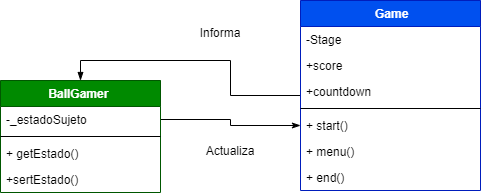
eddacamila/Juego_PatronesDiseno keeps this draw.io diagram as imagenes/DiagramaClasesJuegoPython-Mediador.png. Above is the earlier version. Source tidied: cells renumbered, new cells last; positions are measured from the earlier drawing's top-left corner, leaving out a move shared by most shapes.
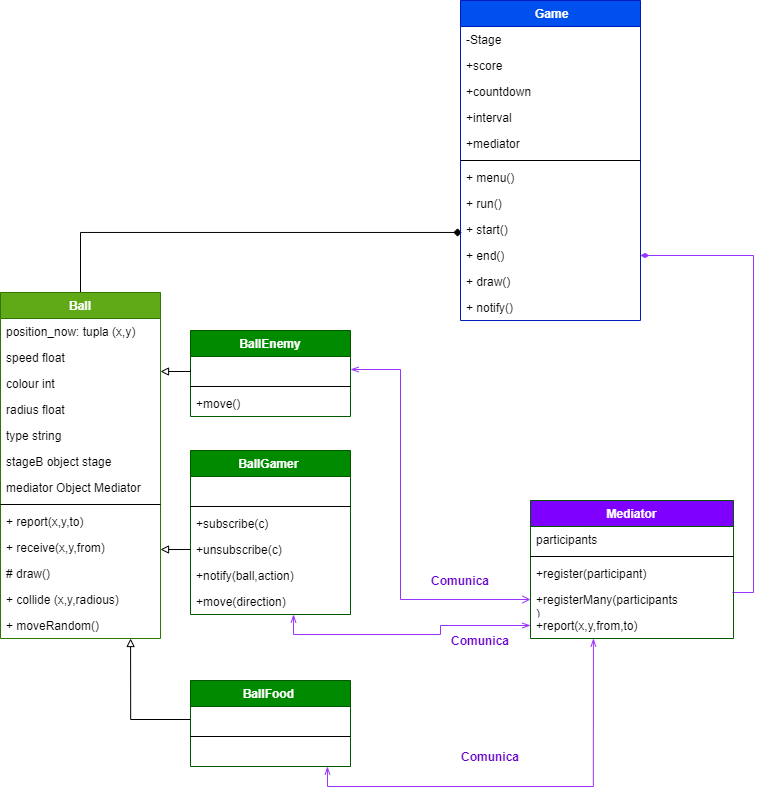
The same diagram one commit later.

Commit message:
actualizando graficos de clases

Change to the diagram source:
```diff
@@ -2,35 +2,162 @@
   <root>
     <mxCell id="0" />
     <mxCell id="1" parent="0" />
-    <mxCell id="2" style="edgeStyle=orthogonalEdgeStyle;rounded=0;jettySize=auto;html=1;entryX=0.5;entryY=0;entryDx=0;entryDy=0;startArrow=none;startFill=0;endArrow=blockThin;endFill=1;" parent="1" edge="1" source="11" target="6">
-      <mxGeometry relative="1" as="geometry" />
-    </mxCell>
-    <mxCell id="3" style="edgeStyle=orthogonalEdgeStyle;rounded=0;jettySize=auto;html=1;entryX=1;entryY=0.5;entryDx=0;entryDy=0;startArrow=classicThin;startFill=1;endArrow=none;endFill=0;" parent="1" edge="1" source="16" target="7">
-      <mxGeometry relative="1" as="geometry" />
-    </mxCell>
-    <mxCell id="4" value="Informa" style="text;html=1;strokeColor=none;fillColor=none;align=center;verticalAlign=middle;whiteSpace=wrap;rounded=0;" parent="1" vertex="1">
-      <mxGeometry x="200" y="22" width="40" height="20" as="geometry" />
-    </mxCell>
-    <mxCell id="5" value="Actualiza" style="text;html=1;strokeColor=none;fillColor=none;align=center;verticalAlign=middle;whiteSpace=wrap;rounded=0;" parent="1" vertex="1">
-      <mxGeometry x="210" y="140" width="40" height="20" as="geometry" />
-    </mxCell>
+    <mxCell id="19" style="edgeStyle=orthogonalEdgeStyle;rounded=0;jettySize=auto;html=1;exitX=1;exitY=0.5;exitDx=0;exitDy=0;entryX=0.995;entryY=0.231;entryDx=0;entryDy=0;entryPerimeter=0;startArrow=diamondThin;startFill=1;endArrow=none;endFill=0;strokeColor=#9933FF;" parent="1" edge="1" source="18" target="24">
+      <mxGeometry relative="1" as="geometry" />
+    </mxCell>
+    <mxCell id="20" value="Mediator" style="swimlane;fontStyle=1;align=center;verticalAlign=top;horizontal=1;startSize=26;strokeColor=#005700;fontColor=#ffffff;fillColor=#7F00FF;" parent="1" vertex="1">
+      <mxGeometry x="480" y="250" width="203" height="138" as="geometry" />
+    </mxCell>
+    <mxCell id="21" value="participants" style="text;strokeColor=none;fillColor=none;align=left;verticalAlign=top;spacingLeft=4;spacingRight=4;overflow=hidden;" parent="20" vertex="1">
+      <mxGeometry y="26" width="203" height="26" as="geometry" />
+    </mxCell>
+    <mxCell id="22" style="line;strokeWidth=1;fillColor=none;align=left;verticalAlign=middle;spacingTop=-1;spacingLeft=3;spacingRight=3;labelPosition=right;" parent="20" vertex="1">
+      <mxGeometry y="52" width="203" height="8" as="geometry" />
+    </mxCell>
+    <mxCell id="23" value="+register(participant)" style="text;strokeColor=none;fillColor=none;align=left;verticalAlign=top;spacingLeft=4;spacingRight=4;overflow=hidden;" parent="20" vertex="1">
+      <mxGeometry y="60" width="203" height="26" as="geometry" />
+    </mxCell>
+    <mxCell id="24" value="+registerMany(participants&#10;)" style="text;strokeColor=none;fillColor=none;align=left;verticalAlign=top;spacingLeft=4;spacingRight=4;overflow=hidden;points=[[0,0.5],[1,0.5]];portConstraint=eastwest;" parent="20" vertex="1">
+      <mxGeometry y="86" width="203" height="26" as="geometry" />
+    </mxCell>
+    <mxCell id="25" value="+report(x,y,from,to)" style="text;strokeColor=none;fillColor=none;align=left;verticalAlign=top;spacingLeft=4;spacingRight=4;overflow=hidden;points=[[0,0.5],[1,0.5]];portConstraint=eastwest;" parent="20" vertex="1">
+      <mxGeometry y="112" width="203" height="26" as="geometry" />
+    </mxCell>
+    <mxCell id="26" style="edgeStyle=orthogonalEdgeStyle;rounded=0;jettySize=auto;html=1;entryX=0.856;entryY=1;entryDx=0;entryDy=0;entryPerimeter=0;startArrow=openThin;startFill=0;endArrow=openThin;endFill=0;strokeColor=#9933FF;exitX=0.31;exitY=1;exitDx=0;exitDy=0;exitPerimeter=0;" parent="1" edge="1" source="25" target="58">
+      <mxGeometry relative="1" as="geometry" />
+    </mxCell>
+    <mxCell id="27" style="edgeStyle=orthogonalEdgeStyle;rounded=0;jettySize=auto;html=1;startArrow=open;startFill=0;endArrow=openThin;endFill=0;strokeColor=#9933FF;entryX=1;entryY=0.5;entryDx=0;entryDy=0;exitX=0;exitY=0.5;exitDx=0;exitDy=0;" parent="1" edge="1" source="24" target="30">
+      <mxGeometry relative="1" as="geometry">
+        <Array as="points">
+          <mxPoint x="350" y="349" />
+          <mxPoint x="350" y="119" />
+        </Array>
+      </mxGeometry>
+    </mxCell>
+    <mxCell id="28" style="edgeStyle=orthogonalEdgeStyle;rounded=0;jettySize=auto;html=1;exitX=0;exitY=0.5;exitDx=0;exitDy=0;entryX=0.644;entryY=1;entryDx=0;entryDy=0;entryPerimeter=0;startArrow=openThin;startFill=0;endArrow=openThin;endFill=0;strokeColor=#9933FF;" parent="1" edge="1" source="25" target="38">
+      <mxGeometry relative="1" as="geometry" />
+    </mxCell>
+    <mxCell id="29" value="BallEnemy" style="swimlane;fontStyle=1;align=center;verticalAlign=top;horizontal=1;startSize=26;fillColor=#008a00;strokeColor=#005700;fontColor=#ffffff;" parent="1" vertex="1">
+      <mxGeometry x="140" y="80" width="160" height="86" as="geometry" />
+    </mxCell>
+    <mxCell id="30" value="  " style="text;strokeColor=none;fillColor=none;align=left;verticalAlign=top;spacingLeft=4;spacingRight=4;overflow=hidden;points=[[0,0.5],[1,0.5]];portConstraint=eastwest;" parent="29" vertex="1">
+      <mxGeometry y="26" width="160" height="26" as="geometry" />
+    </mxCell>
+    <mxCell id="31" style="line;strokeWidth=1;fillColor=none;align=left;verticalAlign=middle;spacingTop=-1;spacingLeft=3;spacingRight=3;labelPosition=right;" parent="29" vertex="1">
+      <mxGeometry y="52" width="160" height="8" as="geometry" />
+    </mxCell>
+    <mxCell id="32" value="+move()" style="text;strokeColor=none;fillColor=none;align=left;verticalAlign=top;spacingLeft=4;spacingRight=4;overflow=hidden;" parent="29" vertex="1">
+      <mxGeometry y="60" width="160" height="26" as="geometry" />
+    </mxCell>
     <mxCell id="6" value="BallGamer " style="swimlane;fontStyle=1;align=center;verticalAlign=top;horizontal=1;startSize=26;fillColor=#008a00;strokeColor=#005700;fontColor=#ffffff;" parent="1" vertex="1">
-      <mxGeometry y="80" width="160" height="112" as="geometry" />
+      <mxGeometry x="140" y="200" width="160" height="164" as="geometry" />
     </mxCell>
-    <mxCell id="7" value="-_estadoSujeto" style="text;strokeColor=none;fillColor=none;align=left;verticalAlign=top;spacingLeft=4;spacingRight=4;overflow=hidden;points=[[0,0.5],[1,0.5]];portConstraint=eastwest;" parent="6" vertex="1">
-      <mxGeometry y="26" width="160" height="26" as="geometry" />
-    </mxCell>
-    <mxCell id="8" style="line;strokeWidth=1;fillColor=none;align=left;verticalAlign=middle;spacingTop=-1;spacingLeft=3;spacingRight=3;labelPosition=right;" parent="6" vertex="1">
-      <mxGeometry y="52" width="160" height="8" as="geometry" />
-    </mxCell>
-    <mxCell id="9" value="+ getEstado()" style="text;strokeColor=none;fillColor=none;align=left;verticalAlign=top;spacingLeft=4;spacingRight=4;overflow=hidden;" parent="6" vertex="1">
-      <mxGeometry y="60" width="160" height="26" as="geometry" />
-    </mxCell>
-    <mxCell id="10" value="+sertEstado()" style="text;strokeColor=none;fillColor=none;align=left;verticalAlign=top;spacingLeft=4;spacingRight=4;overflow=hidden;" parent="6" vertex="1">
-      <mxGeometry y="86" width="160" height="26" as="geometry" />
-    </mxCell>
+    <mxCell id="33" value="   " style="text;strokeColor=none;fillColor=none;align=left;verticalAlign=top;spacingLeft=4;spacingRight=4;overflow=hidden;" parent="6" vertex="1">
+      <mxGeometry y="26" width="160" height="26" as="geometry" />
+    </mxCell>
+    <mxCell id="34" style="line;strokeWidth=1;fillColor=none;align=left;verticalAlign=middle;spacingTop=-1;spacingLeft=3;spacingRight=3;labelPosition=right;" parent="6" vertex="1">
+      <mxGeometry y="52" width="160" height="8" as="geometry" />
+    </mxCell>
+    <mxCell id="35" value="+subscribe(c)" style="text;strokeColor=none;fillColor=none;align=left;verticalAlign=top;spacingLeft=4;spacingRight=4;overflow=hidden;" parent="6" vertex="1">
+      <mxGeometry y="60" width="160" height="26" as="geometry" />
+    </mxCell>
+    <mxCell id="36" value="+unsubscribe(c)" style="text;strokeColor=none;fillColor=none;align=left;verticalAlign=top;spacingLeft=4;spacingRight=4;overflow=hidden;points=[[0,0.5],[1,0.5]];portConstraint=eastwest;" parent="6" vertex="1">
+      <mxGeometry y="86" width="160" height="26" as="geometry" />
+    </mxCell>
+    <mxCell id="37" value="+notify(ball,action)" style="text;strokeColor=none;fillColor=none;align=left;verticalAlign=top;spacingLeft=4;spacingRight=4;overflow=hidden;" parent="6" vertex="1">
+      <mxGeometry y="112" width="160" height="26" as="geometry" />
+    </mxCell>
+    <mxCell id="38" value="+move(direction)" style="text;strokeColor=none;fillColor=none;align=left;verticalAlign=top;spacingLeft=4;spacingRight=4;overflow=hidden;points=[[0,0.5],[1,0.5]];portConstraint=eastwest;" parent="6" vertex="1">
+      <mxGeometry y="138" width="160" height="26" as="geometry" />
+    </mxCell>
+    <mxCell id="39" style="edgeStyle=elbowEdgeStyle;rounded=0;jettySize=auto;html=1;exitX=0.5;exitY=0;exitDx=0;exitDy=0;entryX=0.007;entryY=0.073;entryDx=0;entryDy=0;entryPerimeter=0;startArrow=none;startFill=0;endArrow=diamond;endFill=1;strokeColor=#030303;fontColor=#FF0000;" parent="1" edge="1" source="40">
+      <mxGeometry relative="1" as="geometry">
+        <mxPoint x="411.3" y="-18" as="targetPoint" />
+        <Array as="points">
+          <mxPoint x="30" y="-18" />
+        </Array>
+      </mxGeometry>
+    </mxCell>
+    <mxCell id="40" value="Ball" style="swimlane;fontStyle=1;align=center;verticalAlign=top;horizontal=1;startSize=26;fillColor=#60a917;strokeColor=#2D7600;fontColor=#ffffff;" parent="1" vertex="1">
+      <mxGeometry x="-50" y="42" width="160" height="346" as="geometry" />
+    </mxCell>
+    <mxCell id="41" value="position_now: tupla (x,y)" style="text;strokeColor=none;fillColor=none;align=left;verticalAlign=top;spacingLeft=4;spacingRight=4;overflow=hidden;" parent="40" vertex="1">
+      <mxGeometry y="26" width="160" height="26" as="geometry" />
+    </mxCell>
+    <mxCell id="42" value="speed float" style="text;strokeColor=none;fillColor=none;align=left;verticalAlign=top;spacingLeft=4;spacingRight=4;overflow=hidden;" parent="40" vertex="1">
+      <mxGeometry y="52" width="160" height="26" as="geometry" />
+    </mxCell>
+    <mxCell id="43" value="colour int" style="text;strokeColor=none;fillColor=none;align=left;verticalAlign=top;spacingLeft=4;spacingRight=4;overflow=hidden;points=[[0,0.5],[1,0.5]];portConstraint=eastwest;" parent="40" vertex="1">
+      <mxGeometry y="78" width="160" height="26" as="geometry" />
+    </mxCell>
+    <mxCell id="44" value="radius float" style="text;strokeColor=none;fillColor=none;align=left;verticalAlign=top;spacingLeft=4;spacingRight=4;overflow=hidden;" parent="40" vertex="1">
+      <mxGeometry y="104" width="160" height="26" as="geometry" />
+    </mxCell>
+    <mxCell id="45" value="type string&#10;" style="text;strokeColor=none;fillColor=none;align=left;verticalAlign=top;spacingLeft=4;spacingRight=4;overflow=hidden;" parent="40" vertex="1">
+      <mxGeometry y="130" width="160" height="26" as="geometry" />
+    </mxCell>
+    <mxCell id="46" value="stageB object stage" style="text;strokeColor=none;fillColor=none;align=left;verticalAlign=top;spacingLeft=4;spacingRight=4;overflow=hidden;" parent="40" vertex="1">
+      <mxGeometry y="156" width="160" height="26" as="geometry" />
+    </mxCell>
+    <mxCell id="47" value="mediator Object Mediator" style="text;strokeColor=none;fillColor=none;align=left;verticalAlign=top;spacingLeft=4;spacingRight=4;overflow=hidden;" parent="40" vertex="1">
+      <mxGeometry y="182" width="160" height="26" as="geometry" />
+    </mxCell>
+    <mxCell id="48" style="line;strokeWidth=1;fillColor=none;align=left;verticalAlign=middle;spacingTop=-1;spacingLeft=3;spacingRight=3;labelPosition=right;" parent="40" vertex="1">
+      <mxGeometry y="208" width="160" height="8" as="geometry" />
+    </mxCell>
+    <mxCell id="49" value="+ report(x,y,to)" style="text;strokeColor=none;fillColor=none;align=left;verticalAlign=top;spacingLeft=4;spacingRight=4;overflow=hidden;" parent="40" vertex="1">
+      <mxGeometry y="216" width="160" height="26" as="geometry" />
+    </mxCell>
+    <mxCell id="50" value="+ receive(x,y,from)" style="text;strokeColor=none;fillColor=none;align=left;verticalAlign=top;spacingLeft=4;spacingRight=4;overflow=hidden;" parent="40" vertex="1">
+      <mxGeometry y="242" width="160" height="26" as="geometry" />
+    </mxCell>
+    <mxCell id="51" value="# draw()" style="text;strokeColor=none;fillColor=none;align=left;verticalAlign=top;spacingLeft=4;spacingRight=4;overflow=hidden;" parent="40" vertex="1">
+      <mxGeometry y="268" width="160" height="26" as="geometry" />
+    </mxCell>
+    <mxCell id="52" value="+ collide (x,y,radious)" style="text;strokeColor=none;fillColor=none;align=left;verticalAlign=top;spacingLeft=4;spacingRight=4;overflow=hidden;" parent="40" vertex="1">
+      <mxGeometry y="294" width="160" height="26" as="geometry" />
+    </mxCell>
+    <mxCell id="53" value="+ moveRandom()" style="text;strokeColor=none;fillColor=none;align=left;verticalAlign=top;spacingLeft=4;spacingRight=4;overflow=hidden;points=[[0,0.5],[1,0.5]];portConstraint=eastwest;" parent="40" vertex="1">
+      <mxGeometry y="320" width="160" height="26" as="geometry" />
+    </mxCell>
+    <mxCell id="54" value="&lt;b&gt;&lt;font color=&quot;#6600cc&quot;&gt;Comunica&lt;/font&gt;&lt;/b&gt;" style="text;html=1;strokeColor=none;fillColor=none;align=center;verticalAlign=middle;whiteSpace=wrap;rounded=0;" parent="1" vertex="1">
+      <mxGeometry x="390" y="320" width="40" height="20" as="geometry" />
+    </mxCell>
+    <mxCell id="55" value="BallFood " style="swimlane;fontStyle=1;align=center;verticalAlign=top;horizontal=1;startSize=26;fillColor=#008a00;strokeColor=#005700;fontColor=#ffffff;" parent="1" vertex="1">
+      <mxGeometry x="140" y="430" width="160" height="86" as="geometry" />
+    </mxCell>
+    <mxCell id="56" value=" " style="text;strokeColor=none;fillColor=none;align=left;verticalAlign=top;spacingLeft=4;spacingRight=4;overflow=hidden;points=[[0,0.5],[1,0.5]];portConstraint=eastwest;" parent="55" vertex="1">
+      <mxGeometry y="26" width="160" height="26" as="geometry" />
+    </mxCell>
+    <mxCell id="57" style="line;strokeWidth=1;fillColor=none;align=left;verticalAlign=middle;spacingTop=-1;spacingLeft=3;spacingRight=3;labelPosition=right;" parent="55" vertex="1">
+      <mxGeometry y="52" width="160" height="8" as="geometry" />
+    </mxCell>
+    <mxCell id="58" value="  " style="text;strokeColor=none;fillColor=none;align=left;verticalAlign=top;spacingLeft=4;spacingRight=4;overflow=hidden;points=[[0,0.5],[1,0.5]];portConstraint=eastwest;" parent="55" vertex="1">
+      <mxGeometry y="60" width="160" height="26" as="geometry" />
+    </mxCell>
+    <mxCell id="59" style="edgeStyle=orthogonalEdgeStyle;rounded=0;jettySize=auto;html=1;exitX=0;exitY=0.5;exitDx=0;exitDy=0;endArrow=block;endFill=0;" parent="1" edge="1" source="30" target="43">
+      <mxGeometry relative="1" as="geometry">
+        <Array as="points">
+          <mxPoint x="140" y="121" />
+        </Array>
+      </mxGeometry>
+    </mxCell>
+    <mxCell id="60" style="edgeStyle=orthogonalEdgeStyle;rounded=0;jettySize=auto;html=1;exitX=0;exitY=0.5;exitDx=0;exitDy=0;endArrow=block;endFill=0;" parent="1" edge="1" source="36">
+      <mxGeometry relative="1" as="geometry">
+        <mxPoint x="110" y="299" as="targetPoint" />
+      </mxGeometry>
+    </mxCell>
+    <mxCell id="61" style="edgeStyle=orthogonalEdgeStyle;rounded=0;jettySize=auto;html=1;entryX=0.813;entryY=1;entryDx=0;entryDy=0;entryPerimeter=0;endArrow=block;endFill=0;" parent="1" edge="1" source="56" target="53">
+      <mxGeometry relative="1" as="geometry" />
+    </mxCell>
+    <mxCell id="62" value="&lt;b&gt;&lt;font color=&quot;#6600cc&quot;&gt;Comunica&lt;/font&gt;&lt;/b&gt;" style="text;html=1;strokeColor=none;fillColor=none;align=center;verticalAlign=middle;whiteSpace=wrap;rounded=0;" parent="1" vertex="1">
+      <mxGeometry x="420" y="496" width="40" height="20" as="geometry" />
+    </mxCell>
+    <mxCell id="63" value="&lt;b&gt;&lt;font color=&quot;#6600cc&quot;&gt;Comunica&lt;/font&gt;&lt;/b&gt;" style="text;html=1;strokeColor=none;fillColor=none;align=center;verticalAlign=middle;whiteSpace=wrap;rounded=0;" parent="1" vertex="1">
+      <mxGeometry x="410" y="380" width="40" height="20" as="geometry" />
+    </mxCell>
     <mxCell id="11" value=" Game" style="swimlane;fontStyle=1;align=center;verticalAlign=top;horizontal=1;startSize=26;fillColor=#0050ef;strokeColor=#001DBC;fontColor=#ffffff;" parent="1" vertex="1">
-      <mxGeometry x="300" width="180" height="190" as="geometry" />
+      <mxGeometry x="410" y="-250" width="180" height="320" as="geometry" />
     </mxCell>
     <mxCell id="12" value="-Stage" style="text;strokeColor=none;fillColor=none;align=left;verticalAlign=top;spacingLeft=4;spacingRight=4;overflow=hidden;" parent="11" vertex="1">
       <mxGeometry y="26" width="180" height="26" as="geometry" />
@@ -41,17 +168,32 @@
     <mxCell id="14" value="+countdown" style="text;strokeColor=none;fillColor=none;align=left;verticalAlign=top;spacingLeft=4;spacingRight=4;overflow=hidden;" parent="11" vertex="1">
       <mxGeometry y="78" width="180" height="26" as="geometry" />
     </mxCell>
-    <mxCell id="15" style="line;strokeWidth=1;fillColor=none;align=left;verticalAlign=middle;spacingTop=-1;spacingLeft=3;spacingRight=3;labelPosition=right;" parent="11" vertex="1">
-      <mxGeometry y="104" width="180" height="8" as="geometry" />
-    </mxCell>
+    <mxCell id="64" value="+interval" style="text;strokeColor=none;fillColor=none;align=left;verticalAlign=top;spacingLeft=4;spacingRight=4;overflow=hidden;" parent="11" vertex="1">
+      <mxGeometry y="104" width="180" height="26" as="geometry" />
+    </mxCell>
+    <mxCell id="65" value="+mediator" style="text;strokeColor=none;fillColor=none;align=left;verticalAlign=top;spacingLeft=4;spacingRight=4;overflow=hidden;" parent="11" vertex="1">
+      <mxGeometry y="130" width="180" height="26" as="geometry" />
+    </mxCell>
+    <mxCell id="66" style="line;strokeWidth=1;fillColor=none;align=left;verticalAlign=middle;spacingTop=-1;spacingLeft=3;spacingRight=3;labelPosition=right;" parent="11" vertex="1">
+      <mxGeometry y="156" width="180" height="8" as="geometry" />
+    </mxCell>
+    <mxCell id="17" value="+ menu()" style="text;strokeColor=none;fillColor=none;align=left;verticalAlign=top;spacingLeft=4;spacingRight=4;overflow=hidden;" parent="11" vertex="1">
+      <mxGeometry y="164" width="180" height="26" as="geometry" />
+    </mxCell>
+    <mxCell id="67" value="+ run()" style="text;strokeColor=none;fillColor=none;align=left;verticalAlign=top;spacingLeft=4;spacingRight=4;overflow=hidden;" parent="11" vertex="1">
+      <mxGeometry y="190" width="180" height="26" as="geometry" />
+    </mxCell>
     <mxCell id="16" value="+ start()" style="text;strokeColor=none;fillColor=none;align=left;verticalAlign=top;spacingLeft=4;spacingRight=4;overflow=hidden;points=[[0,0.5],[1,0.5]];portConstraint=eastwest;" parent="11" vertex="1">
-      <mxGeometry y="112" width="180" height="26" as="geometry" />
+      <mxGeometry y="216" width="180" height="26" as="geometry" />
     </mxCell>
-    <mxCell id="17" value="+ menu()" style="text;strokeColor=none;fillColor=none;align=left;verticalAlign=top;spacingLeft=4;spacingRight=4;overflow=hidden;" parent="11" vertex="1">
-      <mxGeometry y="138" width="180" height="26" as="geometry" />
-    </mxCell>
     <mxCell id="18" value="+ end()" style="text;strokeColor=none;fillColor=none;align=left;verticalAlign=top;spacingLeft=4;spacingRight=4;overflow=hidden;points=[[0,0.5],[1,0.5]];portConstraint=eastwest;" parent="11" vertex="1">
-      <mxGeometry y="164" width="180" height="26" as="geometry" />
+      <mxGeometry y="242" width="180" height="26" as="geometry" />
     </mxCell>
+    <mxCell id="68" value="+ draw()" style="text;strokeColor=none;fillColor=none;align=left;verticalAlign=top;spacingLeft=4;spacingRight=4;overflow=hidden;" parent="11" vertex="1">
+      <mxGeometry y="268" width="180" height="26" as="geometry" />
+    </mxCell>
+    <mxCell id="69" value="+ notify()" style="text;strokeColor=none;fillColor=none;align=left;verticalAlign=top;spacingLeft=4;spacingRight=4;overflow=hidden;" parent="11" vertex="1">
+      <mxGeometry y="294" width="180" height="26" as="geometry" />
+    </mxCell>
   </root>
 </mxGraphModel>
```
